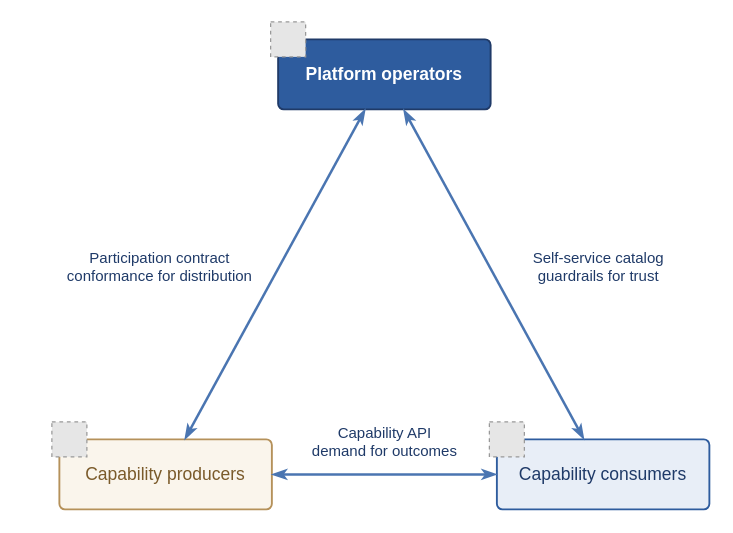
The draw.io diagram page "Fig 4 – Three roles and their exchanges" (4 of 11) of diagrams/pcf-community-draft.drawio in missBerg/platform-capabilities, before the edit. Source tidied: cells renumbered, new cells numbered last; positions are measured from the earlier drawing's top-left corner, leaving out a move shared by most shapes. Both pictures are drawn from the tidied source at 125%, with x=0, y=0 at pixel (51, 21). Pictures stored in the file or linked from it are replaced by grey dashed boxes.
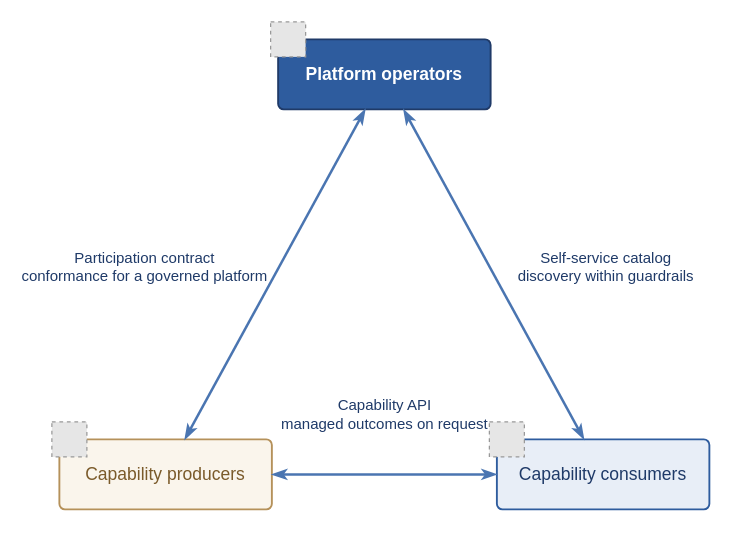
The same diagram, later.

The edit, as a diff of the source:
```diff
@@
 <mxGraphModel>
   <root>
     <mxCell id="0" />
     <mxCell id="1" parent="0" />
     <mxCell id="2" value="&lt;b&gt;Platform operators&lt;/b&gt;" style="rounded=1;whiteSpace=wrap;html=1;arcSize=8;fillColor=#2E5C9E;strokeColor=#1F3A68;strokeWidth=1.5;fontColor=#FFFFFF;fontFamily=Helvetica;fontSize=14;align=center;verticalAlign=middle;shadow=0;" parent="1" vertex="1">
       <mxGeometry x="181" y="14" width="170" height="56" as="geometry" />
     </mxCell>
     <mxCell id="3" style="fillColor=#E6E6E6;strokeColor=#999999;dashed=1;verticalLabelPosition=bottom;verticalAlign=top;align=center;fontFamily=Helvetica;fontSize=14;fontColor=#1F3A68;" parent="1" vertex="1">
       <mxGeometry x="175" width="28" height="28" as="geometry" />
     </mxCell>
     <mxCell id="4" value="Capability producers" style="rounded=1;whiteSpace=wrap;html=1;arcSize=8;fillColor=#FAF5EC;strokeColor=#B5915A;strokeWidth=1.5;fontColor=#7A5A2A;fontFamily=Helvetica;fontSize=14;align=center;verticalAlign=middle;shadow=0;" parent="1" vertex="1">
       <mxGeometry x="6" y="334" width="170" height="56" as="geometry" />
     </mxCell>
     <mxCell id="5" style="fillColor=#E6E6E6;strokeColor=#999999;dashed=1;verticalLabelPosition=bottom;verticalAlign=top;align=center;fontFamily=Helvetica;fontSize=14;fontColor=#1F3A68;" parent="1" vertex="1">
       <mxGeometry y="320" width="28" height="28" as="geometry" />
     </mxCell>
     <mxCell id="6" value="Capability consumers" style="rounded=1;whiteSpace=wrap;html=1;arcSize=8;fillColor=#E8EEF7;strokeColor=#2E5C9E;strokeWidth=1.5;fontColor=#1F3A68;fontFamily=Helvetica;fontSize=14;align=center;verticalAlign=middle;shadow=0;" parent="1" vertex="1">
       <mxGeometry x="356" y="334" width="170" height="56" as="geometry" />
     </mxCell>
     <mxCell id="7" style="fillColor=#E6E6E6;strokeColor=#999999;dashed=1;verticalLabelPosition=bottom;verticalAlign=top;align=center;fontFamily=Helvetica;fontSize=14;fontColor=#1F3A68;" parent="1" vertex="1">
       <mxGeometry x="350" y="320" width="28" height="28" as="geometry" />
     </mxCell>
-    <mxCell id="8" value="Participation contract&lt;br&gt;conformance for distribution" style="endArrow=classicThin;startArrow=classicThin;html=1;rounded=0;strokeColor=#4A75B1;strokeWidth=2;fontColor=#1F3A68;fontFamily=Helvetica;fontSize=12;curved=1;" parent="1" edge="1" source="4" target="2">
+    <mxCell id="8" value="Participation contract&lt;br&gt;conformance for a governed platform" style="endArrow=classicThin;startArrow=classicThin;html=1;rounded=0;strokeColor=#4A75B1;strokeWidth=2;fontColor=#1F3A68;fontFamily=Helvetica;fontSize=12;curved=1;" parent="1" edge="1" source="4" target="2">
       <mxGeometry relative="1" as="geometry">
-        <mxPoint x="-92" y="-6" as="offset" />
+        <mxPoint x="-104" y="-6" as="offset" />
       </mxGeometry>
     </mxCell>
-    <mxCell id="9" value="Self-service catalog&lt;br&gt;guardrails for trust" style="endArrow=classicThin;startArrow=classicThin;html=1;rounded=0;strokeColor=#4A75B1;strokeWidth=2;fontColor=#1F3A68;fontFamily=Helvetica;fontSize=12;curved=1;" parent="1" edge="1" source="2" target="6">
+    <mxCell id="9" value="Self-service catalog&lt;br&gt;discovery within guardrails" style="endArrow=classicThin;startArrow=classicThin;html=1;rounded=0;strokeColor=#4A75B1;strokeWidth=2;fontColor=#1F3A68;fontFamily=Helvetica;fontSize=12;curved=1;" parent="1" edge="1" source="2" target="6">
       <mxGeometry relative="1" as="geometry">
-        <mxPoint x="84" y="-6" as="offset" />
+        <mxPoint x="90" y="-6" as="offset" />
       </mxGeometry>
     </mxCell>
-    <mxCell id="10" value="Capability API&lt;br&gt;demand for outcomes" style="endArrow=classicThin;startArrow=classicThin;html=1;rounded=0;strokeColor=#4A75B1;strokeWidth=2;fontColor=#1F3A68;fontFamily=Helvetica;fontSize=12;curved=1;" parent="1" edge="1" source="6" target="4">
+    <mxCell id="10" value="Capability API&lt;br&gt;managed outcomes on request" style="endArrow=classicThin;startArrow=classicThin;html=1;rounded=0;strokeColor=#4A75B1;strokeWidth=2;fontColor=#1F3A68;fontFamily=Helvetica;fontSize=12;curved=1;" parent="1" edge="1" source="6" target="4">
       <mxGeometry relative="1" as="geometry">
-        <mxPoint y="-26" as="offset" />
+        <mxPoint y="-48" as="offset" />
       </mxGeometry>
     </mxCell>
   </root>
 </mxGraphModel>
```
